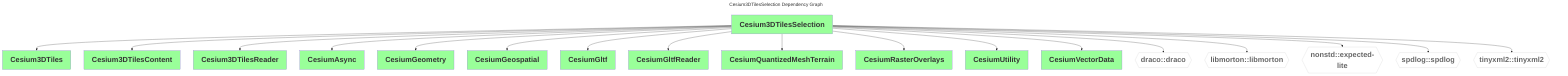
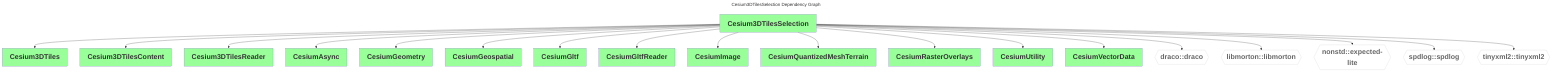
---
comment: This file was generated by dep-graph-gen. DO NOT EDIT THIS FILE!

title: Cesium3DTilesSelection Dependency Graph
---
graph TD
  classDef dependencyNode fill:#fff,stroke:#ccc,color:#666,font-weight:bold,font-size:28px
  classDef libraryNode fill:#9f9,font-weight:bold,font-size:28px
  Cesium3DTilesSelection[Cesium3DTilesSelection] --> Cesium3DTiles[Cesium3DTiles]
  Cesium3DTilesSelection[Cesium3DTilesSelection] --> Cesium3DTilesContent[Cesium3DTilesContent]
  Cesium3DTilesSelection[Cesium3DTilesSelection] --> Cesium3DTilesReader[Cesium3DTilesReader]
  Cesium3DTilesSelection[Cesium3DTilesSelection] --> CesiumAsync[CesiumAsync]
  Cesium3DTilesSelection[Cesium3DTilesSelection] --> CesiumGeometry[CesiumGeometry]
  Cesium3DTilesSelection[Cesium3DTilesSelection] --> CesiumGeospatial[CesiumGeospatial]
  Cesium3DTilesSelection[Cesium3DTilesSelection] --> CesiumGltf[CesiumGltf]
  Cesium3DTilesSelection[Cesium3DTilesSelection] --> CesiumGltfReader[CesiumGltfReader]
+   Cesium3DTilesSelection[Cesium3DTilesSelection] --> CesiumImage[CesiumImage]
  Cesium3DTilesSelection[Cesium3DTilesSelection] --> CesiumQuantizedMeshTerrain[CesiumQuantizedMeshTerrain]
  Cesium3DTilesSelection[Cesium3DTilesSelection] --> CesiumRasterOverlays[CesiumRasterOverlays]
  Cesium3DTilesSelection[Cesium3DTilesSelection] --> CesiumUtility[CesiumUtility]
  Cesium3DTilesSelection[Cesium3DTilesSelection] --> CesiumVectorData[CesiumVectorData]
  Cesium3DTilesSelection[Cesium3DTilesSelection] --> draco_draco{{draco::draco}}
  Cesium3DTilesSelection[Cesium3DTilesSelection] --> libmorton_libmorton{{libmorton::libmorton}}
  Cesium3DTilesSelection[Cesium3DTilesSelection] --> nonstd_expected-lite{{nonstd::expected-lite}}
  Cesium3DTilesSelection[Cesium3DTilesSelection] --> spdlog_spdlog{{spdlog::spdlog}}
  Cesium3DTilesSelection[Cesium3DTilesSelection] --> tinyxml2_tinyxml2{{tinyxml2::tinyxml2}}
  class draco_draco,libmorton_libmorton,nonstd_expected-lite,spdlog_spdlog,tinyxml2_tinyxml2 dependencyNode
-   class Cesium3DTiles,Cesium3DTilesContent,Cesium3DTilesReader,CesiumAsync,CesiumGeometry,CesiumGeospatial,CesiumGltf,CesiumGltfReader,CesiumQuantizedMeshTerrain,CesiumRasterOverlays,CesiumUtility,CesiumVectorData,Cesium3DTilesSelection libraryNode
+   class Cesium3DTiles,Cesium3DTilesContent,Cesium3DTilesReader,CesiumAsync,CesiumGeometry,CesiumGeospatial,CesiumGltf,CesiumGltfReader,CesiumImage,CesiumQuantizedMeshTerrain,CesiumRasterOverlays,CesiumUtility,CesiumVectorData,Cesium3DTilesSelection libraryNode
